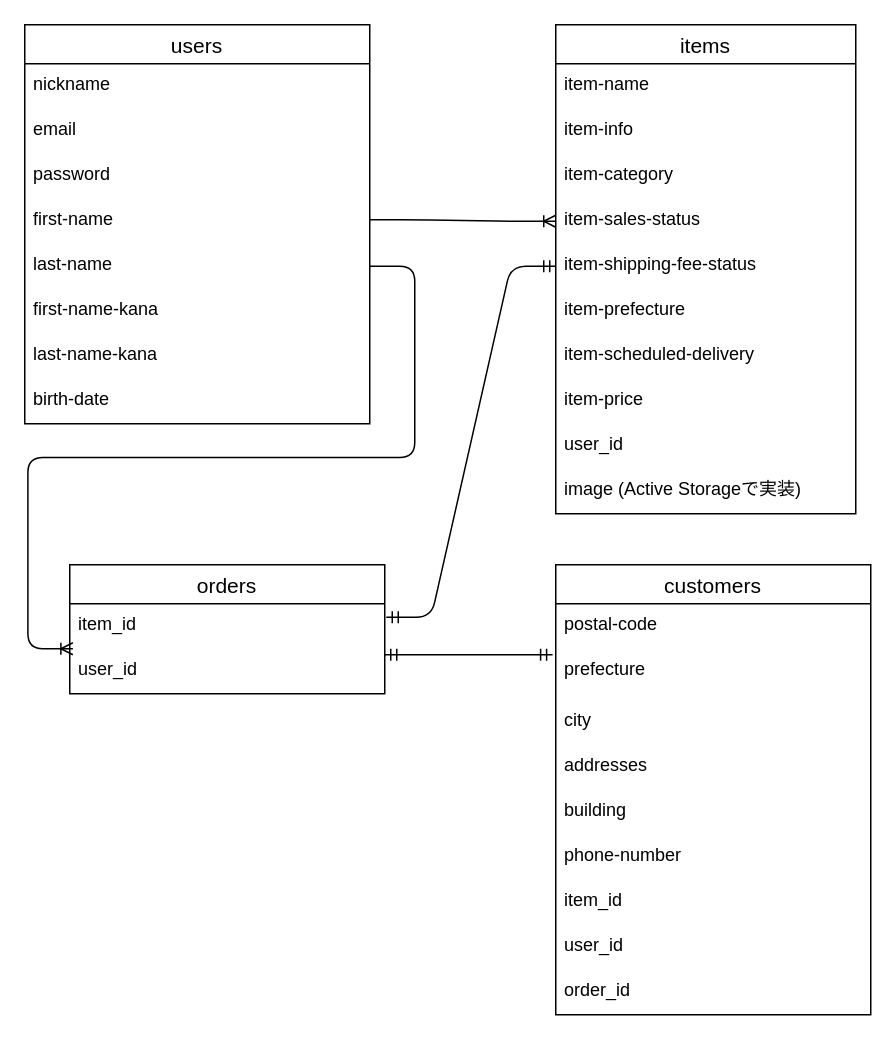
The draw.io diagram tables.dio in YTtech50/furima-30609, before the edit. Source tidied: cells renumbered, new cells numbered last; positions are measured from the earlier drawing's top-left corner, leaving out a move shared by most shapes. Both pictures are drawn from the tidied source at 150%, with x=0, y=0 at pixel (24, 24).
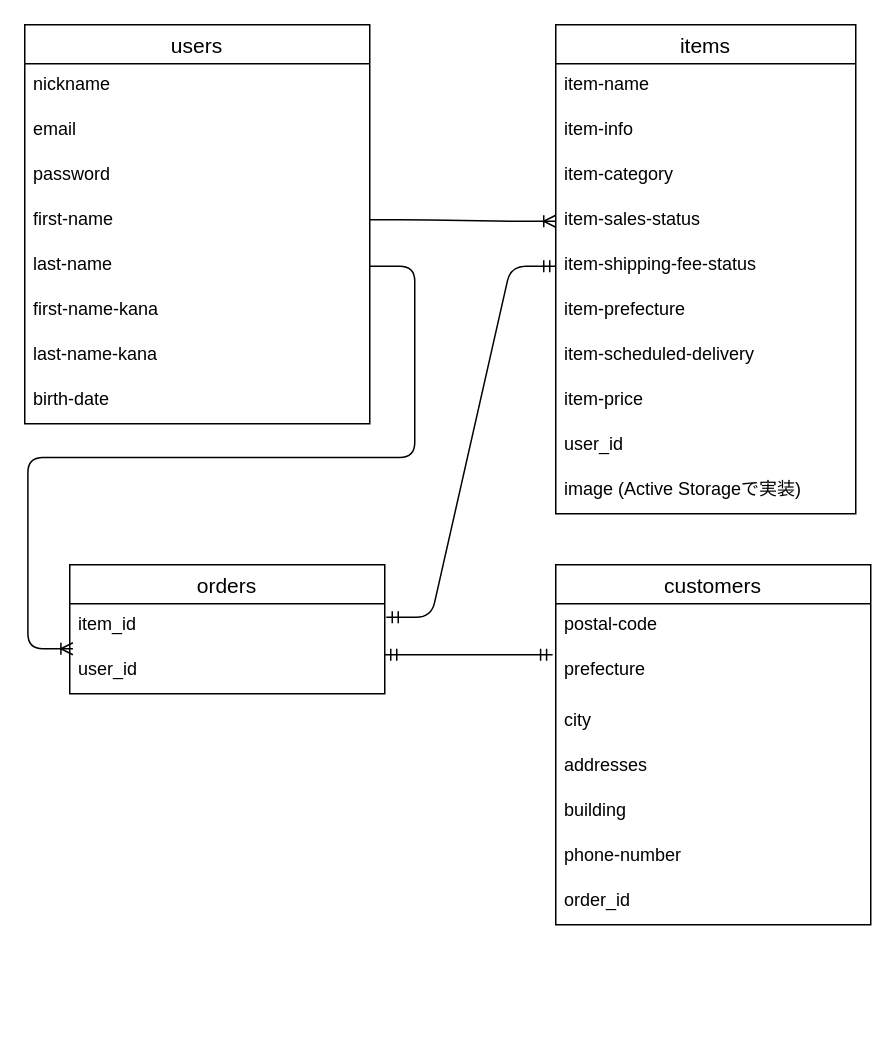
After the change.

Change to the diagram source:
```diff
@@
     <mxCell id="28" value="customers" style="swimlane;fontStyle=0;horizontal=1;startSize=26;align=center;fontSize=14;" parent="1" vertex="1">
-      <mxGeometry x="354" y="360" width="210" height="300" as="geometry" />
+      <mxGeometry x="354" y="360" width="210" height="240" as="geometry" />
     </mxCell>
@@
-    <mxCell id="35" value="item_id" style="text;strokeColor=none;fillColor=none;spacingLeft=4;spacingRight=4;overflow=hidden;fontSize=12;" parent="28" vertex="1">
-      <mxGeometry y="210" width="210" height="30" as="geometry" />
-    </mxCell>
-    <mxCell id="36" value="user_id" style="text;strokeColor=none;fillColor=none;spacingLeft=4;spacingRight=4;overflow=hidden;fontSize=12;" parent="28" vertex="1">
-      <mxGeometry y="240" width="210" height="30" as="geometry" />
-    </mxCell>
     <mxCell id="37" value="order_id" style="text;strokeColor=none;fillColor=none;spacingLeft=4;spacingRight=4;overflow=hidden;fontSize=12;" parent="28" vertex="1">
-      <mxGeometry y="270" width="210" height="30" as="geometry" />
+      <mxGeometry y="210" width="210" height="30" as="geometry" />
     </mxCell>
```
